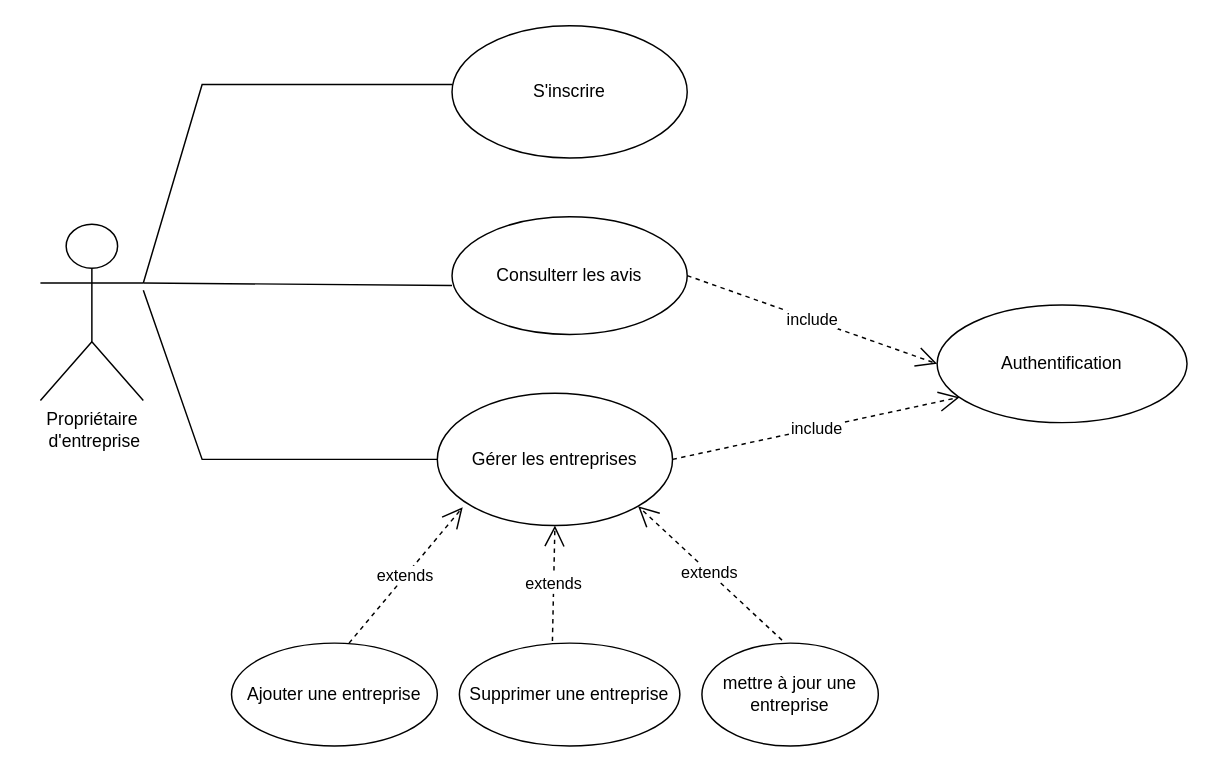
Before: utiliProp.drawio.drawio in Rahma3-sys/Searchgi, a draw.io diagram. Source tidied: cells renumbered, new cells numbered last; positions are measured from the earlier drawing's top-left corner, leaving out a move shared by most shapes. Both pictures are drawn from the tidied source at 147%, with x=0, y=0 at pixel (25, 25).
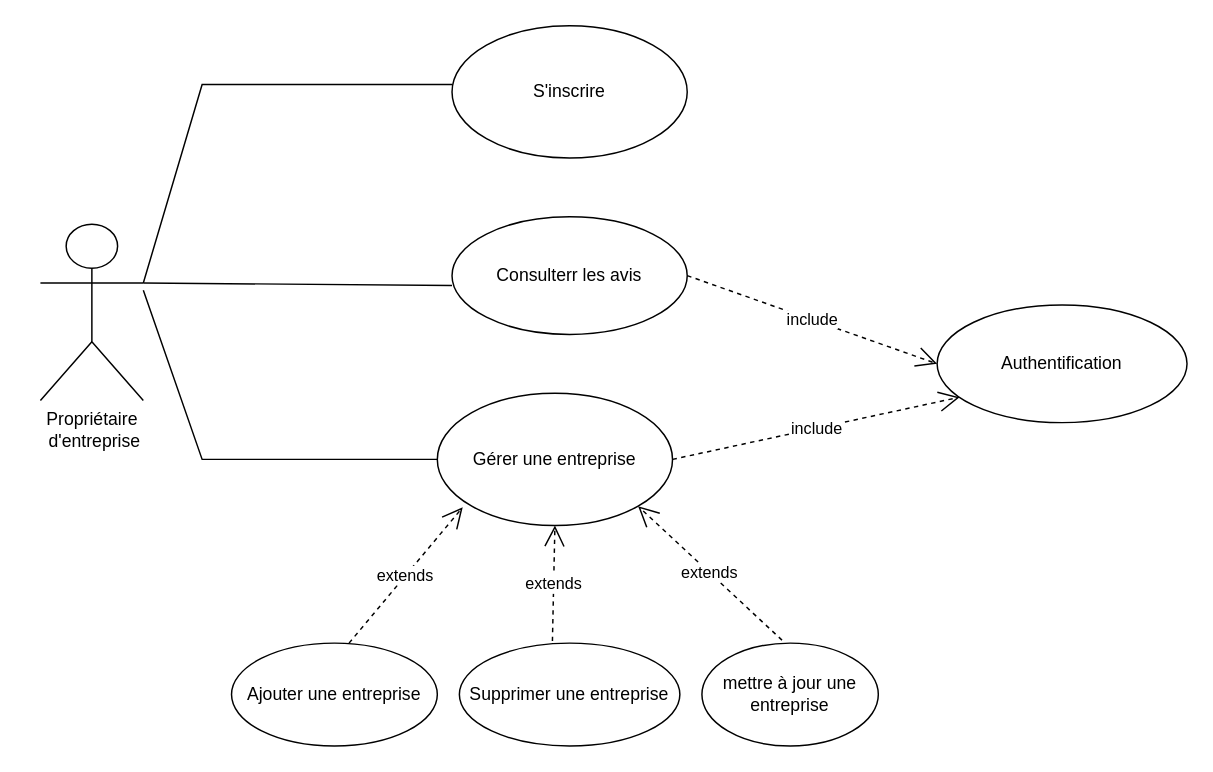
Above is the later version.

Commit message:
Mettre à jour utiliProp.drawio.drawio

What changed in the source:
```diff
@@
-    <mxCell id="8" value="Gérer les entreprises" style="ellipse;whiteSpace=wrap;html=1;" parent="1" vertex="1">
+    <mxCell id="8" value="Gérer une entreprise" style="ellipse;whiteSpace=wrap;html=1;" parent="1" vertex="1">
       <mxGeometry x="280" y="250" width="160" height="90" as="geometry" />
     </mxCell>
```
